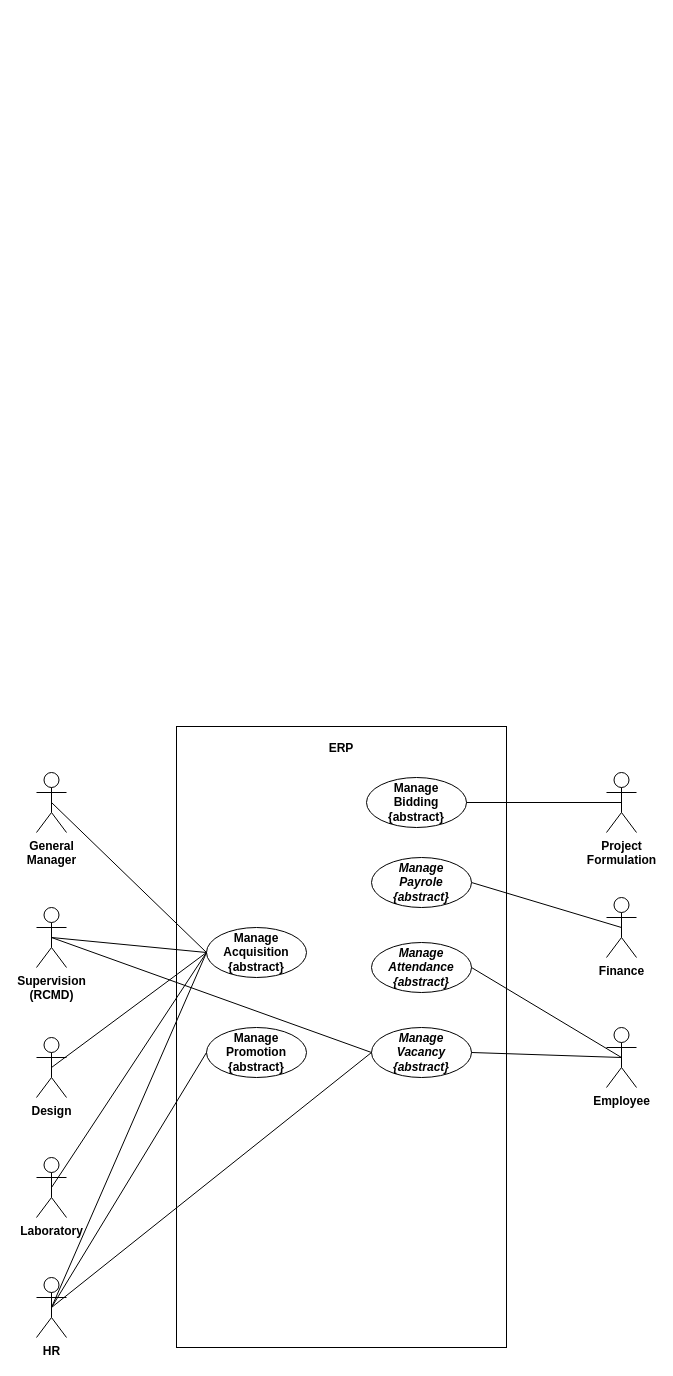
Before: stadia/documentation/system-documentation/usecases/top_level_usecase.drawio in Simonbelete/odoo-modules, a draw.io diagram. Source tidied: cells renumbered, new cells numbered last; positions are measured from the earlier drawing's top-left corner, leaving out a move shared by most shapes. Both pictures are drawn from the tidied source at 100%, with x=0, y=0 at pixel (36, 726).
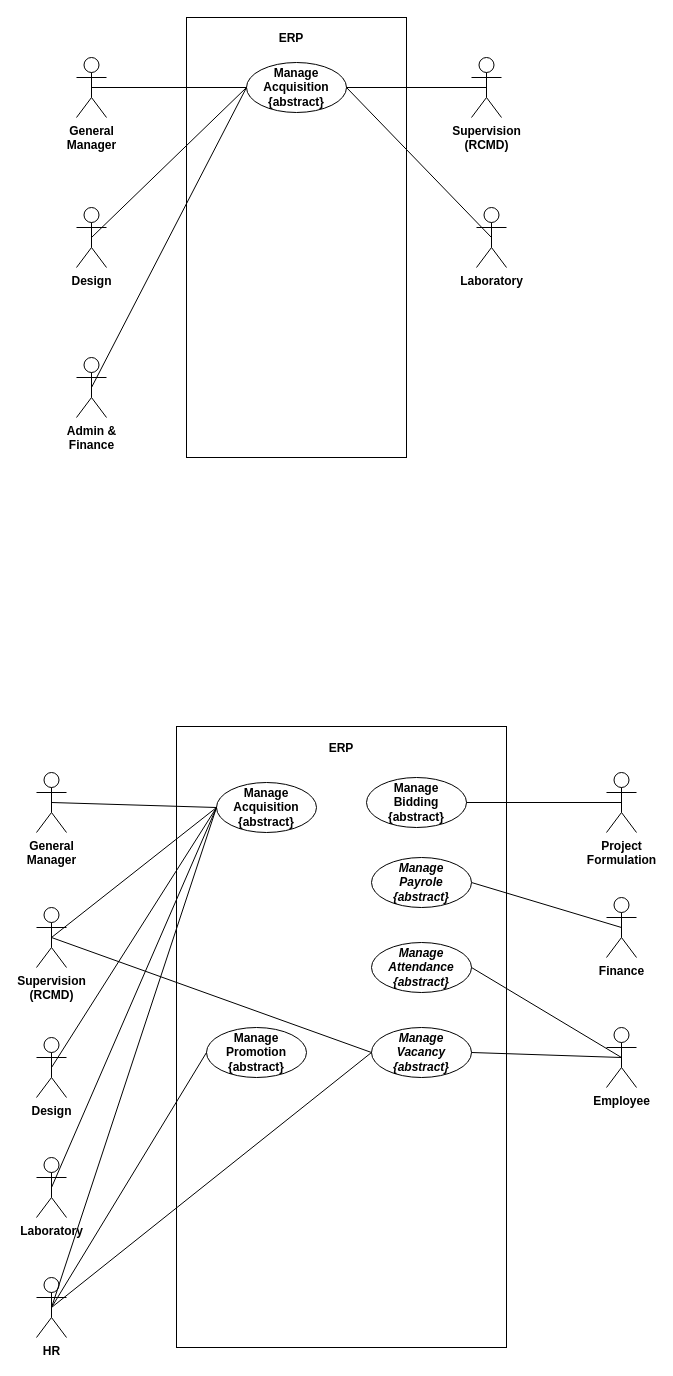
After the change.

Commit message (it also covers changes not shown here):
docs(stadia srs): updated usecases

Diff of the diagram source:
```diff
@@
     <mxCell id="10" value="Manage Acquisition&lt;br&gt;{abstract}" style="ellipse;whiteSpace=wrap;html=1;fontStyle=1;labelBackgroundColor=none;labelBorderColor=none;" parent="1" vertex="1">
-      <mxGeometry x="170" y="201" width="100" height="50" as="geometry" />
+      <mxGeometry x="180" y="56" width="100" height="50" as="geometry" />
     </mxCell>
@@
+    <mxCell id="30" style="rounded=0;whiteSpace=wrap;html=1;" parent="1" vertex="1">
+      <mxGeometry x="150" y="-709" width="220" height="440" as="geometry" />
+    </mxCell>
+    <mxCell id="31" value="ERP" style="text;html=1;strokeColor=none;fillColor=none;align=center;verticalAlign=middle;whiteSpace=wrap;rounded=0;fontStyle=1;" parent="1" vertex="1">
+      <mxGeometry x="180" y="-699" width="150" height="21" as="geometry" />
+    </mxCell>
+    <mxCell id="32" style="edgeStyle=none;jettySize=auto;html=1;exitX=0.5;exitY=0.5;exitDx=0;exitDy=0;exitPerimeter=0;entryX=0;entryY=0.5;entryDx=0;entryDy=0;endArrow=none;" parent="1" edge="1" source="33" target="34">
+      <mxGeometry relative="1" as="geometry" />
+    </mxCell>
+    <mxCell id="33" value="General&lt;br&gt;Manager" style="shape=umlActor;verticalLabelPosition=bottom;labelBackgroundColor=#ffffff;verticalAlign=top;html=1;outlineConnect=0;fontStyle=1;" parent="1" vertex="1">
+      <mxGeometry x="40" y="-669" width="30" height="60" as="geometry" />
+    </mxCell>
+    <mxCell id="34" value="Manage Acquisition&lt;br&gt;{abstract}" style="ellipse;whiteSpace=wrap;html=1;fontStyle=1;labelBackgroundColor=none;labelBorderColor=none;" parent="1" vertex="1">
+      <mxGeometry x="210" y="-664" width="100" height="50" as="geometry" />
+    </mxCell>
+    <mxCell id="35" value="Supervision&lt;br&gt;(RCMD)" style="shape=umlActor;verticalLabelPosition=bottom;labelBackgroundColor=#ffffff;verticalAlign=top;html=1;outlineConnect=0;fontStyle=1;" parent="1" vertex="1">
+      <mxGeometry x="435" y="-669" width="30" height="60" as="geometry" />
+    </mxCell>
+    <mxCell id="36" value="Design&lt;br&gt;" style="shape=umlActor;verticalLabelPosition=bottom;labelBackgroundColor=#ffffff;verticalAlign=top;html=1;outlineConnect=0;fontStyle=1;" parent="1" vertex="1">
+      <mxGeometry x="40" y="-519" width="30" height="60" as="geometry" />
+    </mxCell>
+    <mxCell id="37" value="Laboratory" style="shape=umlActor;verticalLabelPosition=bottom;labelBackgroundColor=#ffffff;verticalAlign=top;html=1;outlineConnect=0;fontStyle=1;" parent="1" vertex="1">
+      <mxGeometry x="440" y="-519" width="30" height="60" as="geometry" />
+    </mxCell>
+    <mxCell id="38" style="edgeStyle=none;jettySize=auto;html=1;exitX=0.5;exitY=0.5;exitDx=0;exitDy=0;exitPerimeter=0;endArrow=none;entryX=0;entryY=0.5;entryDx=0;entryDy=0;" parent="1" edge="1" source="36" target="34">
+      <mxGeometry relative="1" as="geometry" />
+    </mxCell>
+    <mxCell id="39" style="edgeStyle=none;jettySize=auto;html=1;exitX=0.5;exitY=0.5;exitDx=0;exitDy=0;exitPerimeter=0;endArrow=none;entryX=1;entryY=0.5;entryDx=0;entryDy=0;" parent="1" edge="1" source="37" target="34">
+      <mxGeometry relative="1" as="geometry" />
+    </mxCell>
+    <mxCell id="40" value="Admin &amp;amp;&lt;br&gt;Finance" style="shape=umlActor;verticalLabelPosition=bottom;labelBackgroundColor=#ffffff;verticalAlign=top;html=1;outlineConnect=0;fontStyle=1;" parent="1" vertex="1">
+      <mxGeometry x="40" y="-369" width="30" height="60" as="geometry" />
+    </mxCell>
+    <mxCell id="41" style="edgeStyle=none;jettySize=auto;html=1;exitX=0.5;exitY=0.5;exitDx=0;exitDy=0;exitPerimeter=0;endArrow=none;entryX=0;entryY=0.5;entryDx=0;entryDy=0;" parent="1" edge="1" source="40" target="34">
+      <mxGeometry relative="1" as="geometry" />
+    </mxCell>
+    <mxCell id="42" style="edgeStyle=none;jettySize=auto;html=1;exitX=0.5;exitY=0.5;exitDx=0;exitDy=0;exitPerimeter=0;endArrow=none;entryX=1;entryY=0.5;entryDx=0;entryDy=0;" parent="1" edge="1" source="35" target="34">
+      <mxGeometry relative="1" as="geometry" />
+    </mxCell>
```
